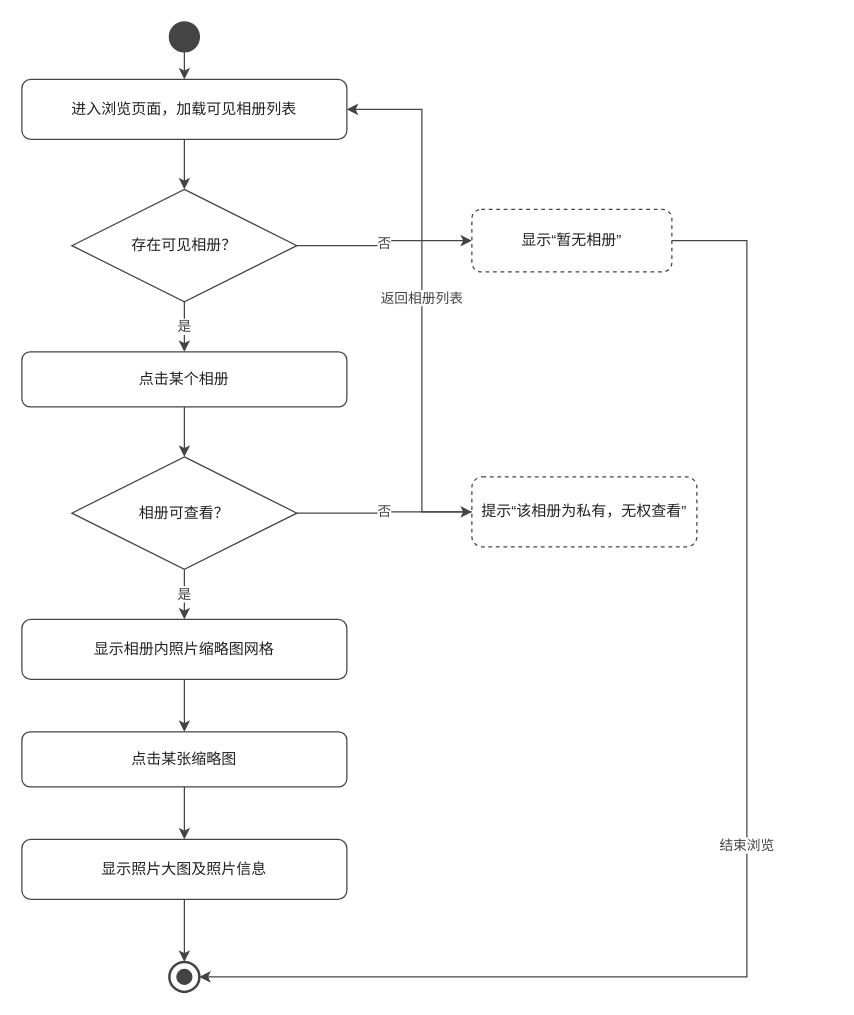
The draw.io diagram docs/交付/3-照片管理-王柯涵/images/浏览照片_活动图.drawio in chennuo1101/electronic-photo-album-system1, before the edit. Source tidied: cells renumbered, new cells numbered last; positions are measured from the earlier drawing's top-left corner, leaving out a move shared by most shapes. Both pictures are drawn from the tidied source at 125%, with x=0, y=0 at pixel (21, 21).
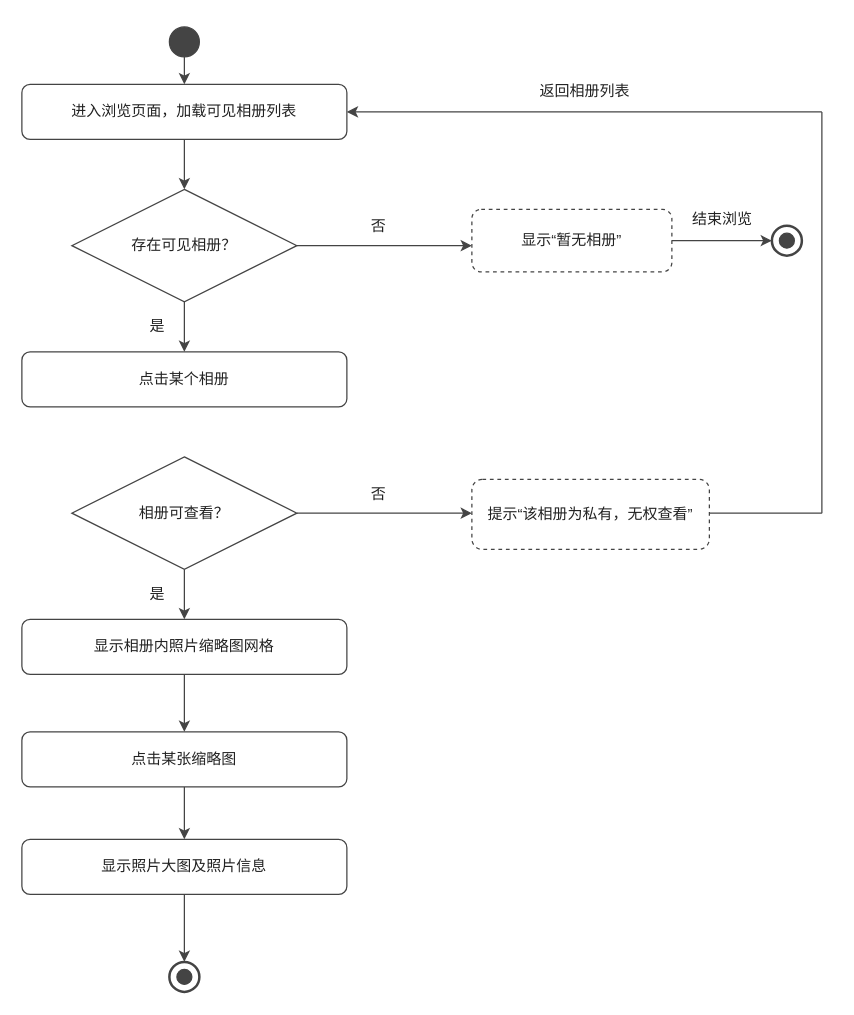
After the change.

Unchanged cells that the change refers to:
```xml
<mxCell id="4" value="存在可见相册？" style="rhombus;whiteSpace=wrap;html=1;fillColor=#FFFFFF;strokeColor=#444444;fontFamily=Microsoft YaHei;fontSize=12;fontColor=#222222;" parent="1" vertex="1">
  <mxGeometry x="40" y="134" width="180" height="90" as="geometry" />
</mxCell>
<mxCell id="5" value="显示“暂无相册”" style="rounded=1;whiteSpace=wrap;html=1;fillColor=none;strokeColor=#444444;dashed=1;fontFamily=Microsoft YaHei;fontSize=12;fontColor=#222222;" parent="1" vertex="1">
  <mxGeometry x="360" y="150" width="160" height="50" as="geometry" />
</mxCell>
<mxCell id="6" value="点击某个相册" style="rounded=1;whiteSpace=wrap;html=1;fillColor=#FFFFFF;strokeColor=#444444;fontFamily=Microsoft YaHei;fontSize=12;fontColor=#222222;" parent="1" vertex="1">
  <mxGeometry y="264" width="260" height="44" as="geometry" />
</mxCell>
<mxCell id="7" value="相册可查看？" style="rhombus;whiteSpace=wrap;html=1;fillColor=#FFFFFF;strokeColor=#444444;fontFamily=Microsoft YaHei;fontSize=12;fontColor=#222222;" parent="1" vertex="1">
  <mxGeometry x="40" y="348" width="180" height="90" as="geometry" />
</mxCell>
<mxCell id="10" value="点击某张缩略图" style="rounded=1;whiteSpace=wrap;html=1;fillColor=#FFFFFF;strokeColor=#444444;fontFamily=Microsoft YaHei;fontSize=12;fontColor=#222222;" parent="1" vertex="1">
  <mxGeometry y="568" width="260" height="44" as="geometry" />
</mxCell>
<mxCell id="12" style="ellipse;html=1;fillColor=#FFFFFF;strokeColor=#444444;strokeWidth=2;" parent="1" vertex="1">
  <mxGeometry x="118" y="752" width="24" height="24" as="geometry" />
</mxCell>
```

Diff of the diagram source:
```diff
@@
     <mxCell id="2" style="ellipse;html=1;fillColor=#444444;strokeColor=#444444;" parent="1" vertex="1">
-      <mxGeometry x="118" width="24" height="24" as="geometry" />
+      <mxGeometry x="118" y="4" width="24" height="24" as="geometry" />
     </mxCell>
     <mxCell id="3" value="进入浏览页面，加载可见相册列表" style="rounded=1;whiteSpace=wrap;html=1;fillColor=#FFFFFF;strokeColor=#444444;fontFamily=Microsoft YaHei;fontSize=12;fontColor=#222222;" parent="1" vertex="1">
-      <mxGeometry y="46" width="260" height="48" as="geometry" />
+      <mxGeometry y="50" width="260" height="44" as="geometry" />
     </mxCell>
@@
     <mxCell id="8" value="提示“该相册为私有，无权查看”" style="rounded=1;whiteSpace=wrap;html=1;fillColor=none;strokeColor=#444444;dashed=1;fontFamily=Microsoft YaHei;fontSize=12;fontColor=#222222;" parent="1" vertex="1">
-      <mxGeometry x="360" y="364" width="180" height="56" as="geometry" />
+      <mxGeometry x="360" y="366" width="190" height="56" as="geometry" />
     </mxCell>
     <mxCell id="9" value="显示相册内照片缩略图网格" style="rounded=1;whiteSpace=wrap;html=1;fillColor=#FFFFFF;strokeColor=#444444;fontFamily=Microsoft YaHei;fontSize=12;fontColor=#222222;" parent="1" vertex="1">
-      <mxGeometry y="478" width="260" height="48" as="geometry" />
+      <mxGeometry y="478" width="260" height="44" as="geometry" />
     </mxCell>
@@
     <mxCell id="11" value="显示照片大图及照片信息" style="rounded=1;whiteSpace=wrap;html=1;fillColor=#FFFFFF;strokeColor=#444444;fontFamily=Microsoft YaHei;fontSize=12;fontColor=#222222;" parent="1" vertex="1">
-      <mxGeometry y="654" width="260" height="48" as="geometry" />
+      <mxGeometry y="654" width="260" height="44" as="geometry" />
     </mxCell>
@@
+    <mxCell id="26" style="ellipse;html=1;fillColor=#FFFFFF;strokeColor=#444444;strokeWidth=2;" parent="1" vertex="1">
+      <mxGeometry x="600" y="163" width="24" height="24" as="geometry" />
+    </mxCell>
+    <mxCell id="27" style="ellipse;html=1;fillColor=#444444;strokeColor=#444444;" parent="1" vertex="1">
+      <mxGeometry x="606" y="169" width="12" height="12" as="geometry" />
+    </mxCell>
-    <mxCell id="14" style="edgeStyle=orthogonalEdgeStyle;rounded=0;html=1;strokeColor=#444444;strokeWidth=1;fontFamily=Microsoft YaHei;fontSize=11;fontColor=#444444;labelBackgroundColor=#FFFFFF;" parent="1" edge="1" source="2" target="3">
-      <mxGeometry relative="1" as="geometry" />
+    <mxCell id="14" style="html=1;rounded=0;strokeColor=#444444;strokeWidth=1;" parent="1" edge="1">
+      <mxGeometry relative="1" as="geometry">
+        <mxPoint x="130" y="28" as="sourcePoint" />
+        <mxPoint x="130" y="50" as="targetPoint" />
+      </mxGeometry>
     </mxCell>
-    <mxCell id="15" style="edgeStyle=orthogonalEdgeStyle;rounded=0;html=1;strokeColor=#444444;strokeWidth=1;fontFamily=Microsoft YaHei;fontSize=11;fontColor=#444444;labelBackgroundColor=#FFFFFF;" parent="1" edge="1" source="3" target="4">
-      <mxGeometry relative="1" as="geometry" />
+    <mxCell id="15" style="html=1;rounded=0;strokeColor=#444444;strokeWidth=1;" parent="1" edge="1">
+      <mxGeometry relative="1" as="geometry">
+        <mxPoint x="130" y="94" as="sourcePoint" />
+        <mxPoint x="130" y="134" as="targetPoint" />
+      </mxGeometry>
     </mxCell>
-    <mxCell id="16" value="否" style="edgeStyle=orthogonalEdgeStyle;rounded=0;html=1;strokeColor=#444444;strokeWidth=1;fontFamily=Microsoft YaHei;fontSize=11;fontColor=#444444;labelBackgroundColor=#FFFFFF;exitX=1;exitY=0.5;entryX=0;entryY=0.5;" parent="1" edge="1" source="4" target="5">
-      <mxGeometry relative="1" as="geometry" />
-    </mxCell>
-    <mxCell id="17" value="结束浏览" style="edgeStyle=orthogonalEdgeStyle;rounded=0;html=1;strokeColor=#444444;strokeWidth=1;fontFamily=Microsoft YaHei;fontSize=11;fontColor=#444444;labelBackgroundColor=#FFFFFF;exitX=1;exitY=0.5;entryX=1;entryY=0.5;" parent="1" edge="1" source="5" target="12">
-      <mxGeometry relative="1" as="geometry">
-        <Array as="points">
-          <mxPoint x="580" y="175" />
-          <mxPoint x="580" y="764" />
-        </Array>
-      </mxGeometry>
-    </mxCell>
-    <mxCell id="18" value="是" style="edgeStyle=orthogonalEdgeStyle;rounded=0;html=1;strokeColor=#444444;strokeWidth=1;fontFamily=Microsoft YaHei;fontSize=11;fontColor=#444444;labelBackgroundColor=#FFFFFF;" parent="1" edge="1" source="4" target="6">
-      <mxGeometry relative="1" as="geometry" />
+    <mxCell id="18" style="html=1;rounded=0;strokeColor=#444444;strokeWidth=1;" parent="1" edge="1">
+      <mxGeometry relative="1" as="geometry">
+        <mxPoint x="130" y="224" as="sourcePoint" />
+        <mxPoint x="130" y="264" as="targetPoint" />
+      </mxGeometry>
     </mxCell>
-    <mxCell id="19" style="edgeStyle=orthogonalEdgeStyle;rounded=0;html=1;strokeColor=#444444;strokeWidth=1;fontFamily=Microsoft YaHei;fontSize=11;fontColor=#444444;labelBackgroundColor=#FFFFFF;" parent="1" edge="1" source="6" target="7">
-      <mxGeometry relative="1" as="geometry" />
-    </mxCell>
-    <mxCell id="20" value="否" style="edgeStyle=orthogonalEdgeStyle;rounded=0;html=1;strokeColor=#444444;strokeWidth=1;fontFamily=Microsoft YaHei;fontSize=11;fontColor=#444444;labelBackgroundColor=#FFFFFF;exitX=1;exitY=0.5;entryX=0;entryY=0.5;" parent="1" edge="1" source="7" target="8">
-      <mxGeometry relative="1" as="geometry" />
-    </mxCell>
-    <mxCell id="21" value="返回相册列表" style="edgeStyle=orthogonalEdgeStyle;rounded=0;html=1;strokeColor=#444444;strokeWidth=1;fontFamily=Microsoft YaHei;fontSize=11;fontColor=#444444;labelBackgroundColor=#FFFFFF;exitX=0;exitY=0.5;entryX=1;entryY=0.5;" parent="1" edge="1" source="8" target="3">
-      <mxGeometry relative="1" as="geometry">
-        <Array as="points">
-          <mxPoint x="320" y="392" />
-          <mxPoint x="320" y="70" />
-        </Array>
-      </mxGeometry>
-    </mxCell>
-    <mxCell id="22" value="是" style="edgeStyle=orthogonalEdgeStyle;rounded=0;html=1;strokeColor=#444444;strokeWidth=1;fontFamily=Microsoft YaHei;fontSize=11;fontColor=#444444;labelBackgroundColor=#FFFFFF;" parent="1" edge="1" source="7" target="9">
-      <mxGeometry relative="1" as="geometry" />
+    <mxCell id="22" style="html=1;rounded=0;strokeColor=#444444;strokeWidth=1;" parent="1" edge="1">
+      <mxGeometry relative="1" as="geometry">
+        <mxPoint x="130" y="438" as="sourcePoint" />
+        <mxPoint x="130" y="478" as="targetPoint" />
+      </mxGeometry>
     </mxCell>
-    <mxCell id="23" style="edgeStyle=orthogonalEdgeStyle;rounded=0;html=1;strokeColor=#444444;strokeWidth=1;fontFamily=Microsoft YaHei;fontSize=11;fontColor=#444444;labelBackgroundColor=#FFFFFF;" parent="1" edge="1" source="9" target="10">
-      <mxGeometry relative="1" as="geometry" />
+    <mxCell id="23" style="html=1;rounded=0;strokeColor=#444444;strokeWidth=1;" parent="1" edge="1">
+      <mxGeometry relative="1" as="geometry">
+        <mxPoint x="130" y="522" as="sourcePoint" />
+        <mxPoint x="130" y="568" as="targetPoint" />
+      </mxGeometry>
     </mxCell>
-    <mxCell id="24" style="edgeStyle=orthogonalEdgeStyle;rounded=0;html=1;strokeColor=#444444;strokeWidth=1;fontFamily=Microsoft YaHei;fontSize=11;fontColor=#444444;labelBackgroundColor=#FFFFFF;" parent="1" edge="1" source="10" target="11">
-      <mxGeometry relative="1" as="geometry" />
+    <mxCell id="24" style="html=1;rounded=0;strokeColor=#444444;strokeWidth=1;" parent="1" edge="1">
+      <mxGeometry relative="1" as="geometry">
+        <mxPoint x="130" y="612" as="sourcePoint" />
+        <mxPoint x="130" y="654" as="targetPoint" />
+      </mxGeometry>
     </mxCell>
-    <mxCell id="25" style="edgeStyle=orthogonalEdgeStyle;rounded=0;html=1;strokeColor=#444444;strokeWidth=1;fontFamily=Microsoft YaHei;fontSize=11;fontColor=#444444;labelBackgroundColor=#FFFFFF;" parent="1" edge="1" source="11" target="12">
-      <mxGeometry relative="1" as="geometry" />
+    <mxCell id="25" style="html=1;rounded=0;strokeColor=#444444;strokeWidth=1;" parent="1" edge="1">
+      <mxGeometry relative="1" as="geometry">
+        <mxPoint x="130" y="698" as="sourcePoint" />
+        <mxPoint x="130" y="752" as="targetPoint" />
+      </mxGeometry>
     </mxCell>
+    <mxCell id="16" style="html=1;rounded=0;strokeColor=#444444;strokeWidth=1;" parent="1" edge="1">
+      <mxGeometry relative="1" as="geometry">
+        <mxPoint x="220" y="179" as="sourcePoint" />
+        <mxPoint x="360" y="179" as="targetPoint" />
+      </mxGeometry>
+    </mxCell>
+    <mxCell id="17" style="html=1;rounded=0;strokeColor=#444444;strokeWidth=1;" parent="1" edge="1">
+      <mxGeometry relative="1" as="geometry">
+        <mxPoint x="520" y="175" as="sourcePoint" />
+        <mxPoint x="600" y="175" as="targetPoint" />
+      </mxGeometry>
+    </mxCell>
+    <mxCell id="20" style="html=1;rounded=0;strokeColor=#444444;strokeWidth=1;" parent="1" edge="1">
+      <mxGeometry relative="1" as="geometry">
+        <mxPoint x="220" y="393" as="sourcePoint" />
+        <mxPoint x="360" y="393" as="targetPoint" />
+      </mxGeometry>
+    </mxCell>
+    <mxCell id="28" style="html=1;rounded=0;strokeColor=#444444;strokeWidth=1;startArrow=none;endArrow=none;" parent="1" edge="1">
+      <mxGeometry relative="1" as="geometry">
+        <mxPoint x="550" y="393" as="sourcePoint" />
+        <mxPoint x="640" y="393" as="targetPoint" />
+      </mxGeometry>
+    </mxCell>
+    <mxCell id="29" style="html=1;rounded=0;strokeColor=#444444;strokeWidth=1;startArrow=none;endArrow=none;" parent="1" edge="1">
+      <mxGeometry relative="1" as="geometry">
+        <mxPoint x="640" y="393" as="sourcePoint" />
+        <mxPoint x="640" y="72" as="targetPoint" />
+      </mxGeometry>
+    </mxCell>
+    <mxCell id="30" style="html=1;rounded=0;strokeColor=#444444;strokeWidth=1;" parent="1" edge="1">
+      <mxGeometry relative="1" as="geometry">
+        <mxPoint x="640" y="72" as="sourcePoint" />
+        <mxPoint x="260" y="72" as="targetPoint" />
+      </mxGeometry>
+    </mxCell>
+    <mxCell id="31" value="否" style="text;html=1;align=center;verticalAlign=middle;fillColor=none;strokeColor=none;fontFamily=Microsoft YaHei;fontSize=12;fontColor=#222222;" parent="1" vertex="1">
+      <mxGeometry x="275" y="154" width="20" height="20" as="geometry" />
+    </mxCell>
+    <mxCell id="32" value="是" style="text;html=1;align=center;verticalAlign=middle;fillColor=none;strokeColor=none;fontFamily=Microsoft YaHei;fontSize=12;fontColor=#222222;" parent="1" vertex="1">
+      <mxGeometry x="96" y="234" width="24" height="20" as="geometry" />
+    </mxCell>
+    <mxCell id="33" value="否" style="text;html=1;align=center;verticalAlign=middle;fillColor=none;strokeColor=none;fontFamily=Microsoft YaHei;fontSize=12;fontColor=#222222;" parent="1" vertex="1">
+      <mxGeometry x="275" y="368" width="20" height="20" as="geometry" />
+    </mxCell>
+    <mxCell id="34" value="是" style="text;html=1;align=center;verticalAlign=middle;fillColor=none;strokeColor=none;fontFamily=Microsoft YaHei;fontSize=12;fontColor=#222222;" parent="1" vertex="1">
+      <mxGeometry x="96" y="448" width="24" height="20" as="geometry" />
+    </mxCell>
+    <mxCell id="35" value="结束浏览" style="text;html=1;align=center;verticalAlign=middle;fillColor=none;strokeColor=none;fontFamily=Microsoft YaHei;fontSize=12;fontColor=#222222;" parent="1" vertex="1">
+      <mxGeometry x="528" y="148" width="64" height="20" as="geometry" />
+    </mxCell>
+    <mxCell id="21" value="返回相册列表" style="text;html=1;align=center;verticalAlign=middle;fillColor=none;strokeColor=none;fontFamily=Microsoft YaHei;fontSize=12;fontColor=#222222;" parent="1" vertex="1">
+      <mxGeometry x="400" y="46" width="100" height="20" as="geometry" />
+    </mxCell>
```
